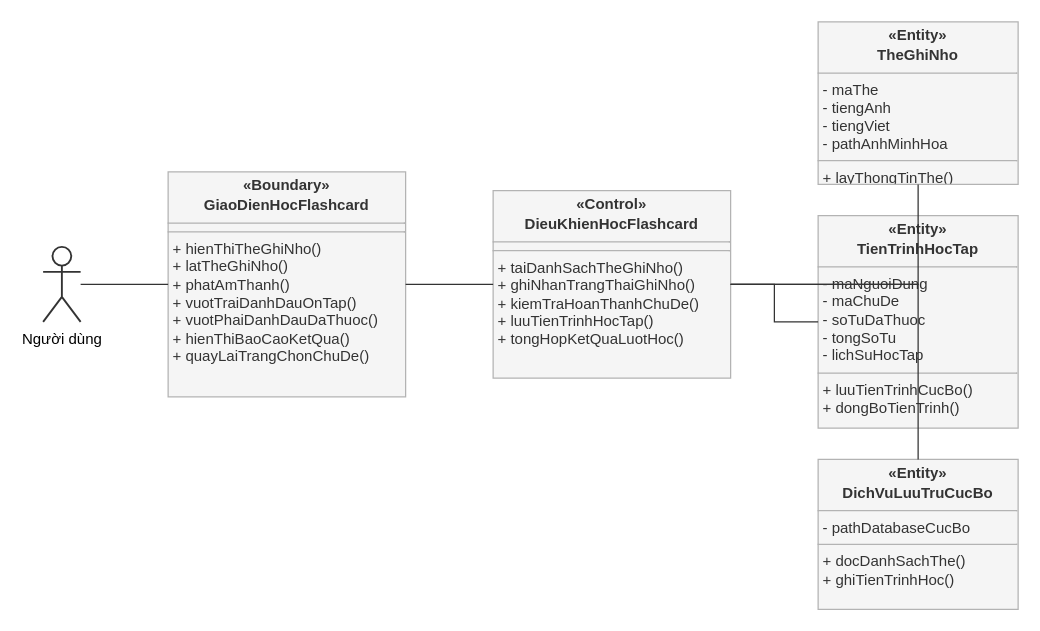
The draw.io diagram docs/AC/analysis_class_diagram_learn_flashcard.drawio in mitiie/KidX, before the edit. Source tidied: cells renumbered, new cells numbered last; positions are measured from the earlier drawing's top-left corner, leaving out a move shared by most shapes. Both pictures are drawn from the tidied source at 125%, with x=0, y=0 at pixel (42, 21).
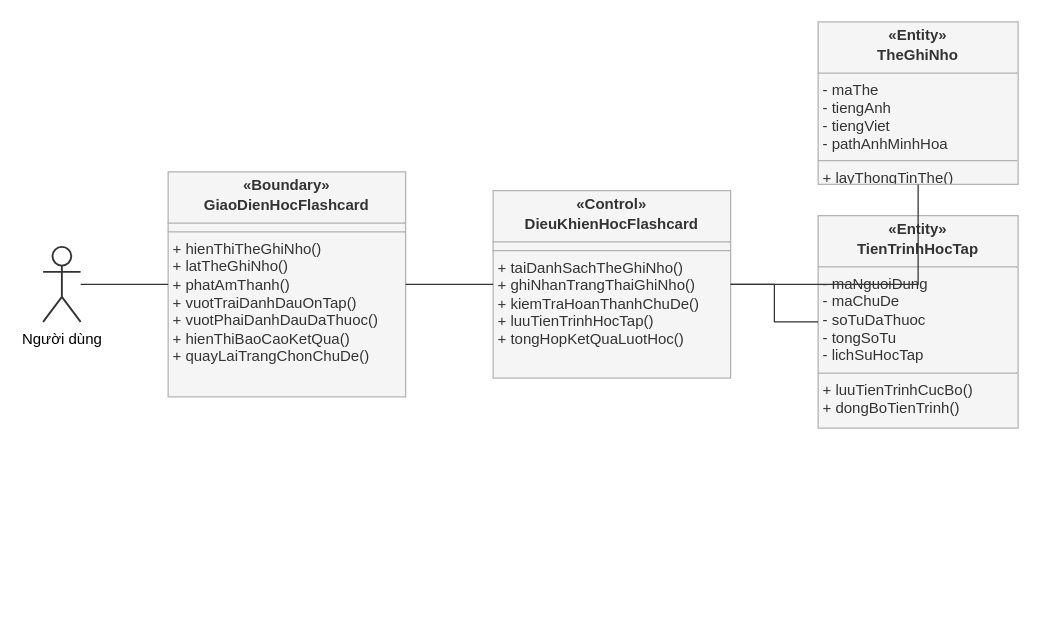
The same diagram, later.

The edit, as a diff of the source:
```diff
@@
 <mxGraphModel>
   <root>
     <mxCell id="0" />
     <mxCell id="1" parent="0" />
     <mxCell id="2" value="Người dùng" style="shape=umlActor;verticalLabelPosition=bottom;verticalAlign=top;html=1;outlineConnect=0;strokeColor=#333333;strokeWidth=1.5;" parent="1" vertex="1">
       <mxGeometry y="180" width="30" height="60" as="geometry" />
     </mxCell>
     <mxCell id="3" value="&lt;p style=&quot;margin:0px;margin-top:4px;text-align:center;&quot;&gt;&lt;b&gt;«Boundary»&lt;/b&gt;&lt;/p&gt;&lt;p style=&quot;margin:0px;margin-top:2px;text-align:center;&quot;&gt;&lt;b&gt;GiaoDienHocFlashcard&lt;/b&gt;&lt;/p&gt;&lt;hr size=&quot;1&quot; style=&quot;border-style:solid;border-color:#b3b3b3;&quot;/&gt;&lt;p style=&quot;margin:0px;margin-left:4px;text-align:left;&quot;&gt;&lt;/p&gt;&lt;hr size=&quot;1&quot; style=&quot;border-style:solid;border-color:#b3b3b3;&quot;/&gt;&lt;p style=&quot;margin:0px;margin-left:4px;text-align:left;&quot;&gt;+ hienThiTheGhiNho()&lt;br&gt;+ latTheGhiNho()&lt;br&gt;+ phatAmThanh()&lt;br&gt;+ vuotTraiDanhDauOnTap()&lt;br&gt;+ vuotPhaiDanhDauDaThuoc()&lt;br&gt;+ hienThiBaoCaoKetQua()&lt;br&gt;+ quayLaiTrangChonChuDe()&lt;/p&gt;" style="verticalAlign=top;align=left;overflow=fill;html=1;whiteSpace=wrap;rounded=0;fillColor=#f5f5f5;strokeColor=#b3b3b3;fontColor=#333333;fontSize=12;" parent="1" vertex="1">
       <mxGeometry x="100" y="120" width="190" height="180" as="geometry" />
     </mxCell>
     <mxCell id="4" value="&lt;p style=&quot;margin:0px;margin-top:4px;text-align:center;&quot;&gt;&lt;b&gt;«Control»&lt;/b&gt;&lt;/p&gt;&lt;p style=&quot;margin:0px;margin-top:2px;text-align:center;&quot;&gt;&lt;b&gt;DieuKhienHocFlashcard&lt;/b&gt;&lt;/p&gt;&lt;hr size=&quot;1&quot; style=&quot;border-style:solid;border-color:#b3b3b3;&quot;/&gt;&lt;p style=&quot;margin:0px;margin-left:4px;text-align:left;&quot;&gt;&lt;/p&gt;&lt;hr size=&quot;1&quot; style=&quot;border-style:solid;border-color:#b3b3b3;&quot;/&gt;&lt;p style=&quot;margin:0px;margin-left:4px;text-align:left;&quot;&gt;+ taiDanhSachTheGhiNho()&lt;br&gt;+ ghiNhanTrangThaiGhiNho()&lt;br&gt;+ kiemTraHoanThanhChuDe()&lt;br&gt;+ luuTienTrinhHocTap()&lt;br&gt;+ tongHopKetQuaLuotHoc()&lt;/p&gt;" style="verticalAlign=top;align=left;overflow=fill;html=1;whiteSpace=wrap;rounded=0;fillColor=#f5f5f5;strokeColor=#b3b3b3;fontColor=#333333;fontSize=12;" parent="1" vertex="1">
       <mxGeometry x="360" y="135" width="190" height="150" as="geometry" />
     </mxCell>
     <mxCell id="5" value="&lt;p style=&quot;margin:0px;margin-top:4px;text-align:center;&quot;&gt;&lt;b&gt;«Entity»&lt;/b&gt;&lt;/p&gt;&lt;p style=&quot;margin:0px;margin-top:2px;text-align:center;&quot;&gt;&lt;b&gt;TheGhiNho&lt;/b&gt;&lt;/p&gt;&lt;hr size=&quot;1&quot; style=&quot;border-style:solid;border-color:#b3b3b3;&quot;/&gt;&lt;p style=&quot;margin:0px;margin-left:4px;text-align:left;&quot;&gt;- maThe&lt;br&gt;- tiengAnh&lt;br&gt;- tiengViet&lt;br&gt;- pathAnhMinhHoa&lt;/p&gt;&lt;hr size=&quot;1&quot; style=&quot;border-style:solid;border-color:#b3b3b3;&quot;/&gt;&lt;p style=&quot;margin:0px;margin-left:4px;text-align:left;&quot;&gt;+ layThongTinThe()&lt;/p&gt;" style="verticalAlign=top;align=left;overflow=fill;html=1;whiteSpace=wrap;rounded=0;fillColor=#f5f5f5;strokeColor=#b3b3b3;fontColor=#333333;fontSize=12;" parent="1" vertex="1">
       <mxGeometry x="620" width="160" height="130" as="geometry" />
     </mxCell>
     <mxCell id="6" value="&lt;p style=&quot;margin:0px;margin-top:4px;text-align:center;&quot;&gt;&lt;b&gt;«Entity»&lt;/b&gt;&lt;/p&gt;&lt;p style=&quot;margin:0px;margin-top:2px;text-align:center;&quot;&gt;&lt;b&gt;TienTrinhHocTap&lt;/b&gt;&lt;/p&gt;&lt;hr size=&quot;1&quot; style=&quot;border-style:solid;border-color:#b3b3b3;&quot;/&gt;&lt;p style=&quot;margin:0px;margin-left:4px;text-align:left;&quot;&gt;- maNguoiDung&lt;br&gt;- maChuDe&lt;br&gt;- soTuDaThuoc&lt;br&gt;- tongSoTu&lt;br&gt;- lichSuHocTap&lt;/p&gt;&lt;hr size=&quot;1&quot; style=&quot;border-style:solid;border-color:#b3b3b3;&quot;/&gt;&lt;p style=&quot;margin:0px;margin-left:4px;text-align:left;&quot;&gt;+ luuTienTrinhCucBo()&lt;br&gt;+ dongBoTienTrinh()&lt;/p&gt;" style="verticalAlign=top;align=left;overflow=fill;html=1;whiteSpace=wrap;rounded=0;fillColor=#f5f5f5;strokeColor=#b3b3b3;fontColor=#333333;fontSize=12;" parent="1" vertex="1">
       <mxGeometry x="620" y="155" width="160" height="170" as="geometry" />
     </mxCell>
-    <mxCell id="7" value="&lt;p style=&quot;margin:0px;margin-top:4px;text-align:center;&quot;&gt;&lt;b&gt;«Entity»&lt;/b&gt;&lt;/p&gt;&lt;p style=&quot;margin:0px;margin-top:2px;text-align:center;&quot;&gt;&lt;b&gt;DichVuLuuTruCucBo&lt;/b&gt;&lt;/p&gt;&lt;hr size=&quot;1&quot; style=&quot;border-style:solid;border-color:#b3b3b3;&quot;/&gt;&lt;p style=&quot;margin:0px;margin-left:4px;text-align:left;&quot;&gt;- pathDatabaseCucBo&lt;/p&gt;&lt;hr size=&quot;1&quot; style=&quot;border-style:solid;border-color:#b3b3b3;&quot;/&gt;&lt;p style=&quot;margin:0px;margin-left:4px;text-align:left;&quot;&gt;+ docDanhSachThe()&lt;br&gt;+ ghiTienTrinhHoc()&lt;/p&gt;" style="verticalAlign=top;align=left;overflow=fill;html=1;whiteSpace=wrap;rounded=0;fillColor=#f5f5f5;strokeColor=#b3b3b3;fontColor=#333333;fontSize=12;" parent="1" vertex="1">
-      <mxGeometry x="620" y="350" width="160" height="120" as="geometry" />
-    </mxCell>
     <mxCell id="8" style="edgeStyle=orthogonalEdgeStyle;rounded=0;jettySize=auto;html=1;strokeColor=#333333;endArrow=none;" parent="1" edge="1" source="2" target="3">
       <mxGeometry relative="1" as="geometry" />
     </mxCell>
     <mxCell id="9" style="edgeStyle=orthogonalEdgeStyle;rounded=0;jettySize=auto;html=1;strokeColor=#333333;endArrow=none;" parent="1" edge="1" source="3" target="4">
       <mxGeometry relative="1" as="geometry" />
     </mxCell>
     <mxCell id="10" style="edgeStyle=orthogonalEdgeStyle;rounded=0;jettySize=auto;html=1;strokeColor=#333333;endArrow=none;" parent="1" edge="1" source="4" target="5">
       <mxGeometry relative="1" as="geometry" />
     </mxCell>
     <mxCell id="11" style="edgeStyle=orthogonalEdgeStyle;rounded=0;jettySize=auto;html=1;strokeColor=#333333;endArrow=none;" parent="1" edge="1" source="4" target="6">
       <mxGeometry relative="1" as="geometry" />
     </mxCell>
-    <mxCell id="12" style="edgeStyle=orthogonalEdgeStyle;rounded=0;jettySize=auto;html=1;strokeColor=#333333;endArrow=none;" parent="1" edge="1" source="4" target="7">
-      <mxGeometry relative="1" as="geometry" />
-    </mxCell>
   </root>
 </mxGraphModel>
```
